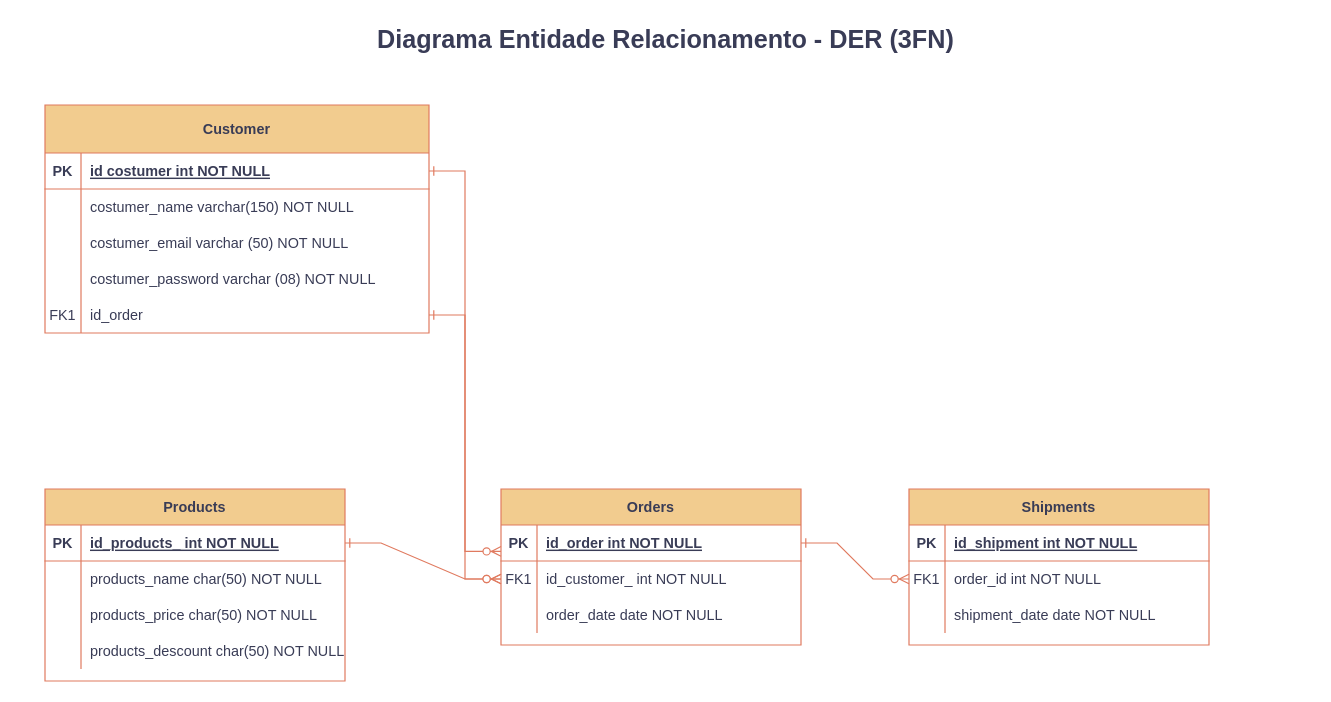
The draw.io diagram SQL/DER_3FN.drawio in vitanaturalle/ProjetoIntegrador, before the edit. Source tidied: cells renumbered, new cells numbered last; positions are measured from the earlier drawing's top-left corner, leaving out a move shared by most shapes. Both pictures are drawn from the tidied source at 120%, with x=0, y=0 at pixel (20, 20).
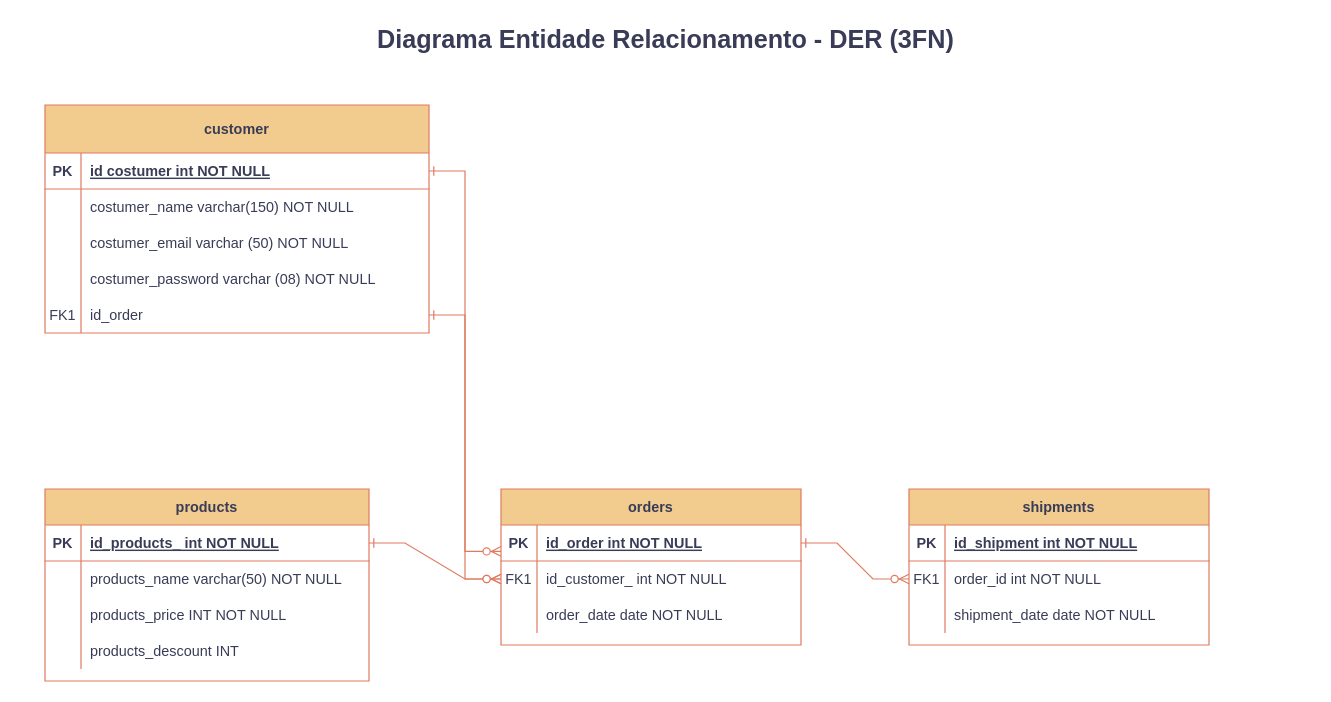
The same page after the edit.

Change to the diagram source:
```diff
@@
-    <mxCell id="4" value="Orders" style="shape=table;startSize=30;childLayout=tableLayout;rowLines=0;fontStyle=1;align=center;labelBackgroundColor=none;fillColor=#F2CC8F;strokeColor=#E07A5F;fontColor=#393C56;rounded=0;" parent="1" vertex="1">
+    <mxCell id="4" value="orders" style="shape=table;startSize=30;childLayout=tableLayout;rowLines=0;fontStyle=1;align=center;labelBackgroundColor=none;fillColor=#F2CC8F;strokeColor=#E07A5F;fontColor=#393C56;rounded=0;" parent="1" vertex="1">
       <mxGeometry x="400" y="390" width="250" height="130" as="geometry" />
     </mxCell>
@@
-    <mxCell id="14" value="Shipments" style="shape=table;startSize=30;childLayout=tableLayout;rowLines=0;fontStyle=1;align=center;labelBackgroundColor=none;fillColor=#F2CC8F;strokeColor=#E07A5F;fontColor=#393C56;rounded=0;" parent="1" vertex="1">
+    <mxCell id="14" value="shipments" style="shape=table;startSize=30;childLayout=tableLayout;rowLines=0;fontStyle=1;align=center;labelBackgroundColor=none;fillColor=#F2CC8F;strokeColor=#E07A5F;fontColor=#393C56;rounded=0;" parent="1" vertex="1">
       <mxGeometry x="740" y="390" width="250" height="130" as="geometry" />
     </mxCell>
@@
-    <mxCell id="24" value="Products" style="shape=table;startSize=30;childLayout=tableLayout;rowLines=0;fontStyle=1;align=center;labelBackgroundColor=none;fillColor=#F2CC8F;strokeColor=#E07A5F;fontColor=#393C56;rounded=0;" parent="1" vertex="1">
-      <mxGeometry x="20" y="390" width="250" height="160" as="geometry" />
+    <mxCell id="24" value="products" style="shape=table;startSize=30;childLayout=tableLayout;rowLines=0;fontStyle=1;align=center;labelBackgroundColor=none;fillColor=#F2CC8F;strokeColor=#E07A5F;fontColor=#393C56;rounded=0;" parent="1" vertex="1">
+      <mxGeometry x="20" y="390" width="270" height="160" as="geometry" />
     </mxCell>
     <mxCell id="25" style="shape=partialRectangle;fillColor=none;points=[[0,0.5],[1,0.5]];portConstraint=eastwest;top=0;left=0;right=0;bottom=1;labelBackgroundColor=none;strokeColor=#E07A5F;fontColor=#393C56;rounded=0;" parent="24" vertex="1">
-      <mxGeometry y="30" width="250" height="30" as="geometry" />
+      <mxGeometry y="30" width="270" height="30" as="geometry" />
     </mxCell>
@@
     <mxCell id="27" value="id_products_ int NOT NULL " style="shape=partialRectangle;overflow=hidden;fillColor=none;top=0;left=0;bottom=0;right=0;align=left;spacingLeft=6;fontStyle=5;labelBackgroundColor=none;strokeColor=#E07A5F;fontColor=#393C56;rounded=0;" parent="25" vertex="1">
-      <mxGeometry x="30" width="220" height="30" as="geometry" />
+      <mxGeometry x="30" width="240" height="30" as="geometry" />
     </mxCell>
     <mxCell id="28" style="shape=partialRectangle;fillColor=none;top=0;left=0;right=0;bottom=0;labelBackgroundColor=none;strokeColor=#E07A5F;fontColor=#393C56;rounded=0;" parent="24" vertex="1">
-      <mxGeometry y="60" width="250" height="30" as="geometry" />
+      <mxGeometry y="60" width="270" height="30" as="geometry" />
     </mxCell>
@@
-    <mxCell id="30" value="products_name char(50) NOT NULL" style="shape=partialRectangle;overflow=hidden;fillColor=none;top=0;left=0;bottom=0;right=0;align=left;spacingLeft=6;labelBackgroundColor=none;strokeColor=#E07A5F;fontColor=#393C56;rounded=0;" parent="28" vertex="1">
-      <mxGeometry x="30" width="220" height="30" as="geometry" />
+    <mxCell id="30" value="products_name varchar(50) NOT NULL" style="shape=partialRectangle;overflow=hidden;fillColor=none;top=0;left=0;bottom=0;right=0;align=left;spacingLeft=6;labelBackgroundColor=none;strokeColor=#E07A5F;fontColor=#393C56;rounded=0;" parent="28" vertex="1">
+      <mxGeometry x="30" width="240" height="30" as="geometry" />
     </mxCell>
     <mxCell id="31" style="shape=partialRectangle;fillColor=none;top=0;left=0;right=0;bottom=0;labelBackgroundColor=none;strokeColor=#E07A5F;fontColor=#393C56;rounded=0;" parent="24" vertex="1">
-      <mxGeometry y="90" width="250" height="30" as="geometry" />
+      <mxGeometry y="90" width="270" height="30" as="geometry" />
     </mxCell>
@@
-    <mxCell id="33" value="products_price char(50) NOT NULL" style="shape=partialRectangle;overflow=hidden;fillColor=none;top=0;left=0;bottom=0;right=0;align=left;spacingLeft=6;labelBackgroundColor=none;strokeColor=#E07A5F;fontColor=#393C56;rounded=0;" parent="31" vertex="1">
-      <mxGeometry x="30" width="220" height="30" as="geometry" />
+    <mxCell id="33" value="products_price INT NOT NULL" style="shape=partialRectangle;overflow=hidden;fillColor=none;top=0;left=0;bottom=0;right=0;align=left;spacingLeft=6;labelBackgroundColor=none;strokeColor=#E07A5F;fontColor=#393C56;rounded=0;" parent="31" vertex="1">
+      <mxGeometry x="30" width="240" height="30" as="geometry" />
     </mxCell>
     <mxCell id="34" style="shape=partialRectangle;fillColor=none;top=0;left=0;right=0;bottom=0;labelBackgroundColor=none;strokeColor=#E07A5F;fontColor=#393C56;rounded=0;" parent="24" vertex="1">
-      <mxGeometry y="120" width="250" height="30" as="geometry" />
+      <mxGeometry y="120" width="270" height="30" as="geometry" />
     </mxCell>
@@
-    <mxCell id="36" value="products_descount char(50) NOT NULL" style="shape=partialRectangle;overflow=hidden;fillColor=none;top=0;left=0;bottom=0;right=0;align=left;spacingLeft=6;labelBackgroundColor=none;strokeColor=#E07A5F;fontColor=#393C56;rounded=0;" parent="34" vertex="1">
-      <mxGeometry x="30" width="220" height="30" as="geometry" />
+    <mxCell id="36" value="products_descount INT" style="shape=partialRectangle;overflow=hidden;fillColor=none;top=0;left=0;bottom=0;right=0;align=left;spacingLeft=6;labelBackgroundColor=none;strokeColor=#E07A5F;fontColor=#393C56;rounded=0;" parent="34" vertex="1">
+      <mxGeometry x="30" width="240" height="30" as="geometry" />
     </mxCell>
-    <mxCell id="37" value="Customer" style="shape=table;startSize=40;childLayout=tableLayout;rowLines=0;fontStyle=1;align=center;labelBackgroundColor=none;fillColor=#F2CC8F;strokeColor=#E07A5F;fontColor=#393C56;rounded=0;" parent="1" vertex="1">
+    <mxCell id="37" value="customer" style="shape=table;startSize=40;childLayout=tableLayout;rowLines=0;fontStyle=1;align=center;labelBackgroundColor=none;fillColor=#F2CC8F;strokeColor=#E07A5F;fontColor=#393C56;rounded=0;" parent="1" vertex="1">
       <mxGeometry x="20" y="70" width="320" height="190" as="geometry" />
     </mxCell>
```
